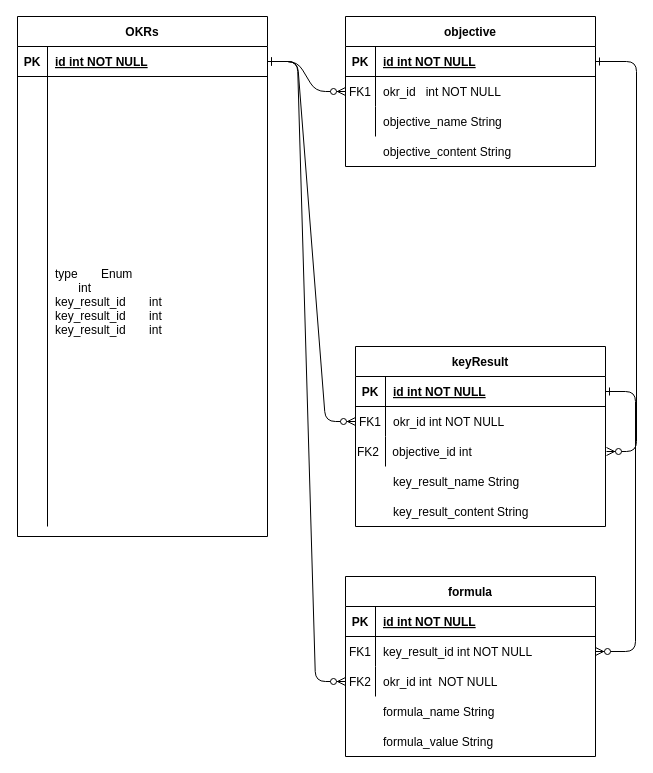
Giangphhe228/employeeManage keeps this draw.io diagram as Biểu đồ không có tiêu đề.drawio. Above is the earlier version. Source tidied: cells renumbered, new cells numbered last; positions are measured from the earlier drawing's top-left corner, leaving out a move shared by most shapes. Both pictures are drawn from the tidied source at 100%, with x=0, y=0 at pixel (17, 16).
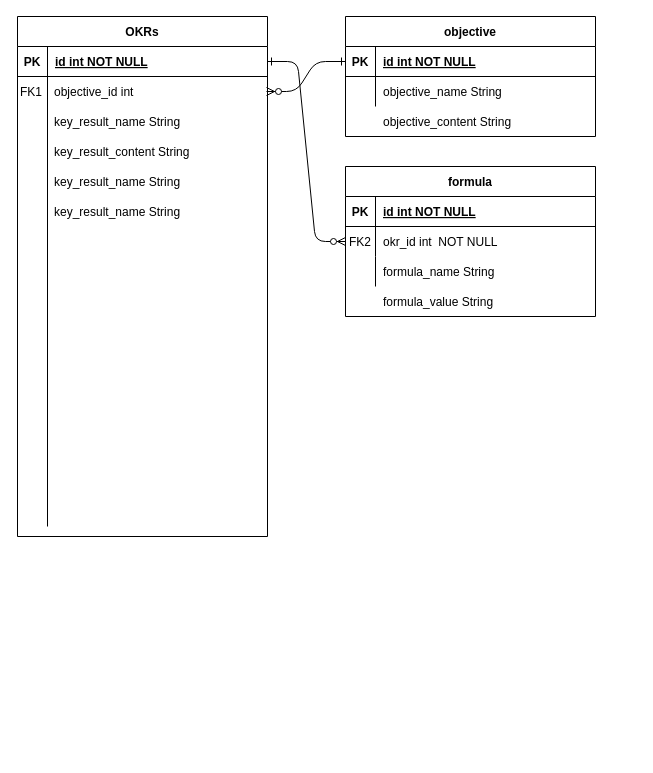
The same diagram, later.

Commit message (it also covers changes not shown here):
Cập nhật Biểu đồ không có tiêu đề.drawio

The change refers to these unchanged cells:
```xml
<mxCell id="5" style="shape=partialRectangle;fillColor=none;points=[[0,0.5],[1,0.5]];portConstraint=eastwest;top=0;left=0;right=0;bottom=1;" parent="4" vertex="1">
  <mxGeometry y="30" width="250" height="30" as="geometry" />
</mxCell>
<mxCell id="25" style="shape=partialRectangle;fillColor=none;points=[[0,0.5],[1,0.5]];portConstraint=eastwest;top=0;left=0;right=0;bottom=1;" parent="24" vertex="1">
  <mxGeometry y="30" width="250" height="30" as="geometry" />
</mxCell>
<mxCell id="28" style="shape=partialRectangle;fillColor=none;top=0;left=0;right=0;bottom=0;" parent="24" vertex="1">
  <mxGeometry y="60" width="250" height="450" as="geometry" />
</mxCell>
<mxCell id="40" style="shape=partialRectangle;fillColor=none;points=[[0,0.5],[1,0.5]];portConstraint=eastwest;top=0;left=0;right=0;bottom=0;" parent="36" vertex="1">
  <mxGeometry y="60" width="250" height="30" as="geometry" />
</mxCell>
```

Diff of the diagram source:
```diff
@@
-    <mxCell id="2" style="edgeStyle=entityRelationEdgeStyle;endArrow=ERzeroToMany;startArrow=ERone;endFill=1;startFill=0;" parent="1" edge="1" source="25" target="8">
-      <mxGeometry relative="1" as="geometry" />
-    </mxCell>
-    <mxCell id="3" style="edgeStyle=entityRelationEdgeStyle;endArrow=ERzeroToMany;startArrow=ERone;endFill=1;startFill=0;exitX=1;exitY=0.5;exitDx=0;exitDy=0;" parent="1" edge="1" source="5" target="35">
-      <mxGeometry relative="1" as="geometry">
-        <Array as="points">
-          <mxPoint x="669" y="340" />
-        </Array>
-      </mxGeometry>
-    </mxCell>
     <mxCell id="4" value="objective" style="shape=table;startSize=30;childLayout=tableLayout;rowLines=0;fontStyle=1;align=center;" parent="1" vertex="1">
-      <mxGeometry x="328" width="250" height="150" as="geometry" />
+      <mxGeometry x="328" width="250" height="120" as="geometry" />
     </mxCell>
@@
-    <mxCell id="8" style="shape=partialRectangle;fillColor=none;points=[[0,0.5],[1,0.5]];portConstraint=eastwest;top=0;left=0;right=0;bottom=0;" parent="4" vertex="1">
-      <mxGeometry y="60" width="250" height="30" as="geometry" />
-    </mxCell>
-    <mxCell id="9" value="FK1" style="shape=partialRectangle;overflow=hidden;fillColor=none;top=0;left=0;bottom=0;right=0;" parent="8" vertex="1">
-      <mxGeometry width="30" height="30" as="geometry" />
-    </mxCell>
-    <mxCell id="10" value="okr_id   int NOT NULL" style="shape=partialRectangle;overflow=hidden;fillColor=none;top=0;left=0;bottom=0;right=0;align=left;spacingLeft=6;" parent="8" vertex="1">
-      <mxGeometry x="30" width="220" height="30" as="geometry" />
-    </mxCell>
     <mxCell id="11" style="shape=partialRectangle;fillColor=none;top=0;left=0;right=0;bottom=0;" parent="4" vertex="1">
-      <mxGeometry y="90" width="250" height="30" as="geometry" />
+      <mxGeometry y="60" width="250" height="30" as="geometry" />
     </mxCell>
@@
-    <mxCell id="14" value="keyResult" style="shape=table;startSize=30;childLayout=tableLayout;rowLines=0;fontStyle=1;align=center;" parent="1" vertex="1">
-      <mxGeometry x="338" y="330" width="250" height="180" as="geometry" />
-    </mxCell>
-    <mxCell id="15" style="shape=partialRectangle;fillColor=none;points=[[0,0.5],[1,0.5]];portConstraint=eastwest;top=0;left=0;right=0;bottom=1;" parent="14" vertex="1">
-      <mxGeometry y="30" width="250" height="30" as="geometry" />
-    </mxCell>
-    <mxCell id="16" value="PK" style="shape=partialRectangle;overflow=hidden;fillColor=none;top=0;left=0;bottom=0;right=0;fontStyle=1;" parent="15" vertex="1">
-      <mxGeometry width="30" height="30" as="geometry" />
-    </mxCell>
-    <mxCell id="17" value="id int NOT NULL " style="shape=partialRectangle;overflow=hidden;fillColor=none;top=0;left=0;bottom=0;right=0;align=left;spacingLeft=6;fontStyle=5;" parent="15" vertex="1">
-      <mxGeometry x="30" width="220" height="30" as="geometry" />
-    </mxCell>
-    <mxCell id="18" style="shape=partialRectangle;fillColor=none;points=[[0,0.5],[1,0.5]];portConstraint=eastwest;top=0;left=0;right=0;bottom=0;" parent="14" vertex="1">
-      <mxGeometry y="60" width="250" height="30" as="geometry" />
-    </mxCell>
-    <mxCell id="19" value="FK1" style="shape=partialRectangle;overflow=hidden;fillColor=none;top=0;left=0;bottom=0;right=0;" parent="18" vertex="1">
-      <mxGeometry width="30" height="30" as="geometry" />
-    </mxCell>
-    <mxCell id="20" value="okr_id int NOT NULL" style="shape=partialRectangle;overflow=hidden;fillColor=none;top=0;left=0;bottom=0;right=0;align=left;spacingLeft=6;" parent="18" vertex="1">
-      <mxGeometry x="30" width="220" height="30" as="geometry" />
-    </mxCell>
-    <mxCell id="21" style="shape=partialRectangle;fillColor=none;top=0;left=0;right=0;bottom=0;" parent="14" vertex="1">
-      <mxGeometry y="90" width="250" height="30" as="geometry" />
-    </mxCell>
-    <mxCell id="22" style="shape=partialRectangle;overflow=hidden;fillColor=none;top=0;left=0;bottom=0;right=0;" parent="21" vertex="1">
-      <mxGeometry width="30" height="30" as="geometry" />
-    </mxCell>
-    <mxCell id="23" style="shape=partialRectangle;overflow=hidden;fillColor=none;top=0;left=0;bottom=0;right=0;align=left;spacingLeft=6;" parent="21" vertex="1">
-      <mxGeometry x="30" width="220" height="30" as="geometry" />
-    </mxCell>
@@
-    <mxCell id="30" value="   &#10;type       Enum&#10;       int&#10;key_result_id       int&#10;key_result_id       int&#10;key_result_id       int&#10;" style="shape=partialRectangle;overflow=hidden;fillColor=none;top=0;left=0;bottom=0;right=0;align=left;spacingLeft=6;" parent="28" vertex="1">
+    <mxCell id="30" style="shape=partialRectangle;overflow=hidden;fillColor=none;top=0;left=0;bottom=0;right=0;align=left;spacingLeft=6;" parent="28" vertex="1">
       <mxGeometry x="30" width="220" height="450" as="geometry" />
     </mxCell>
     <mxCell id="31" value="objective_content String" style="shape=partialRectangle;overflow=hidden;fillColor=none;top=0;left=0;bottom=0;right=0;align=left;spacingLeft=6;" parent="1" vertex="1">
-      <mxGeometry x="358" y="120" width="220" height="30" as="geometry" />
+      <mxGeometry x="358" y="90" width="220" height="30" as="geometry" />
     </mxCell>
-    <mxCell id="32" style="edgeStyle=entityRelationEdgeStyle;endArrow=ERzeroToMany;startArrow=ERone;endFill=1;startFill=0;exitX=1;exitY=0.5;exitDx=0;exitDy=0;entryX=0;entryY=0.5;entryDx=0;entryDy=0;" parent="1" edge="1" source="25" target="18">
-      <mxGeometry relative="1" as="geometry">
-        <Array as="points">
-          <mxPoint x="319" y="240" />
-        </Array>
-      </mxGeometry>
-    </mxCell>
-    <mxCell id="33" value="key_result_name String" style="shape=partialRectangle;overflow=hidden;fillColor=none;top=0;left=0;bottom=0;right=0;align=left;spacingLeft=6;" parent="1" vertex="1">
-      <mxGeometry x="368" y="450" width="220" height="30" as="geometry" />
-    </mxCell>
-    <mxCell id="34" value="key_result_content String" style="shape=partialRectangle;overflow=hidden;fillColor=none;top=0;left=0;bottom=0;right=0;align=left;spacingLeft=6;" parent="1" vertex="1">
-      <mxGeometry x="368" y="480" width="220" height="30" as="geometry" />
-    </mxCell>
-    <mxCell id="35" value="FK2    objective_id int" style="shape=partialRectangle;overflow=hidden;fillColor=none;top=0;left=0;bottom=0;right=0;align=left;" parent="1" vertex="1">
-      <mxGeometry x="338" y="420" width="251" height="30" as="geometry" />
-    </mxCell>
     <mxCell id="36" value="formula" style="shape=table;startSize=30;childLayout=tableLayout;rowLines=0;fontStyle=1;align=center;" parent="1" vertex="1">
-      <mxGeometry x="328" y="560" width="250" height="180" as="geometry" />
+      <mxGeometry x="328" y="150" width="250" height="150" as="geometry" />
     </mxCell>
@@
-    <mxCell id="41" value="FK1" style="shape=partialRectangle;overflow=hidden;fillColor=none;top=0;left=0;bottom=0;right=0;" parent="40" vertex="1">
+    <mxCell id="41" style="shape=partialRectangle;overflow=hidden;fillColor=none;top=0;left=0;bottom=0;right=0;" parent="40" vertex="1">
       <mxGeometry width="30" height="30" as="geometry" />
     </mxCell>
-    <mxCell id="42" value="key_result_id int NOT NULL" style="shape=partialRectangle;overflow=hidden;fillColor=none;top=0;left=0;bottom=0;right=0;align=left;spacingLeft=6;" parent="40" vertex="1">
+    <mxCell id="42" style="shape=partialRectangle;overflow=hidden;fillColor=none;top=0;left=0;bottom=0;right=0;align=left;spacingLeft=6;" parent="40" vertex="1">
       <mxGeometry x="30" width="220" height="30" as="geometry" />
     </mxCell>
@@
     <mxCell id="46" value="formula_name String" style="shape=partialRectangle;overflow=hidden;fillColor=none;top=0;left=0;bottom=0;right=0;align=left;spacingLeft=6;" parent="1" vertex="1">
-      <mxGeometry x="358" y="680" width="220" height="30" as="geometry" />
+      <mxGeometry x="358" y="240" width="220" height="30" as="geometry" />
     </mxCell>
     <mxCell id="47" value="formula_value String" style="shape=partialRectangle;overflow=hidden;fillColor=none;top=0;left=0;bottom=0;right=0;align=left;spacingLeft=6;" parent="1" vertex="1">
-      <mxGeometry x="358" y="710" width="220" height="30" as="geometry" />
+      <mxGeometry x="358" y="270" width="220" height="30" as="geometry" />
     </mxCell>
     <mxCell id="48" value="FK2" style="shape=partialRectangle;overflow=hidden;fillColor=none;top=0;left=0;bottom=0;right=0;" parent="1" vertex="1">
-      <mxGeometry x="328" y="650" width="30" height="30" as="geometry" />
+      <mxGeometry x="328" y="210" width="30" height="30" as="geometry" />
     </mxCell>
     <mxCell id="49" value="okr_id int  NOT NULL" style="shape=partialRectangle;overflow=hidden;fillColor=none;top=0;left=0;bottom=0;right=0;align=left;spacingLeft=6;" parent="1" vertex="1">
-      <mxGeometry x="358" y="650" width="220" height="30" as="geometry" />
+      <mxGeometry x="358" y="210" width="220" height="30" as="geometry" />
     </mxCell>
-    <mxCell id="50" style="edgeStyle=entityRelationEdgeStyle;endArrow=ERzeroToMany;startArrow=ERone;endFill=1;startFill=0;entryX=1;entryY=0.5;entryDx=0;entryDy=0;" parent="1" edge="1" source="15" target="40">
-      <mxGeometry relative="1" as="geometry">
-        <Array as="points">
-          <mxPoint x="680" y="435" />
-          <mxPoint x="680" y="435" />
-          <mxPoint x="569" y="660" />
-        </Array>
-      </mxGeometry>
-    </mxCell>
@@
+    <mxCell id="2" style="edgeStyle=entityRelationEdgeStyle;endArrow=ERzeroToMany;startArrow=ERone;endFill=1;startFill=0;entryX=1;entryY=0.5;entryDx=0;entryDy=0;exitX=0;exitY=0.5;exitDx=0;exitDy=0;" parent="1" edge="1" source="5" target="52">
+      <mxGeometry relative="1" as="geometry">
+        <Array as="points">
+          <mxPoint x="249" y="80" />
+        </Array>
+      </mxGeometry>
+    </mxCell>
+    <mxCell id="52" style="shape=partialRectangle;fillColor=none;points=[[0,0.5],[1,0.5]];portConstraint=eastwest;top=0;left=0;right=0;bottom=0;" parent="1" vertex="1">
+      <mxGeometry x="-1" y="60" width="250" height="30" as="geometry" />
+    </mxCell>
+    <mxCell id="53" value="FK1" style="shape=partialRectangle;overflow=hidden;fillColor=none;top=0;left=0;bottom=0;right=0;" parent="52" vertex="1">
+      <mxGeometry width="30" height="30" as="geometry" />
+    </mxCell>
+    <mxCell id="54" value="objective_id int" style="shape=partialRectangle;overflow=hidden;fillColor=none;top=0;left=0;bottom=0;right=0;align=left;spacingLeft=6;" parent="52" vertex="1">
+      <mxGeometry x="30" width="220" height="30" as="geometry" />
+    </mxCell>
+    <mxCell id="55" style="shape=partialRectangle;fillColor=none;top=0;left=0;right=0;bottom=0;" parent="1" vertex="1">
+      <mxGeometry x="-1" y="90" width="250" height="30" as="geometry" />
+    </mxCell>
+    <mxCell id="56" style="shape=partialRectangle;overflow=hidden;fillColor=none;top=0;left=0;bottom=0;right=0;" parent="55" vertex="1">
+      <mxGeometry width="30" height="30" as="geometry" />
+    </mxCell>
+    <mxCell id="57" value="key_result_name String" style="shape=partialRectangle;overflow=hidden;fillColor=none;top=0;left=0;bottom=0;right=0;align=left;spacingLeft=6;" parent="55" vertex="1">
+      <mxGeometry x="30" width="220" height="30" as="geometry" />
+    </mxCell>
+    <mxCell id="58" style="shape=partialRectangle;fillColor=none;top=0;left=0;right=0;bottom=0;" parent="1" vertex="1">
+      <mxGeometry x="-1" y="120" width="250" height="30" as="geometry" />
+    </mxCell>
+    <mxCell id="59" style="shape=partialRectangle;overflow=hidden;fillColor=none;top=0;left=0;bottom=0;right=0;" parent="58" vertex="1">
+      <mxGeometry width="30" height="30" as="geometry" />
+    </mxCell>
+    <mxCell id="34" value="key_result_content String" style="shape=partialRectangle;overflow=hidden;fillColor=none;top=0;left=0;bottom=0;right=0;align=left;spacingLeft=6;" parent="58" vertex="1">
+      <mxGeometry x="30" width="220" height="30" as="geometry" />
+    </mxCell>
+    <mxCell id="60" style="shape=partialRectangle;fillColor=none;top=0;left=0;right=0;bottom=0;" parent="1" vertex="1">
+      <mxGeometry x="-1" y="150" width="250" height="30" as="geometry" />
+    </mxCell>
+    <mxCell id="61" style="shape=partialRectangle;overflow=hidden;fillColor=none;top=0;left=0;bottom=0;right=0;" parent="60" vertex="1">
+      <mxGeometry width="30" height="30" as="geometry" />
+    </mxCell>
+    <mxCell id="62" value="key_result_name String" style="shape=partialRectangle;overflow=hidden;fillColor=none;top=0;left=0;bottom=0;right=0;align=left;spacingLeft=6;" parent="60" vertex="1">
+      <mxGeometry x="30" width="220" height="30" as="geometry" />
+    </mxCell>
+    <mxCell id="63" style="shape=partialRectangle;fillColor=none;top=0;left=0;right=0;bottom=0;" parent="1" vertex="1">
+      <mxGeometry x="-1" y="180" width="250" height="30" as="geometry" />
+    </mxCell>
+    <mxCell id="64" style="shape=partialRectangle;overflow=hidden;fillColor=none;top=0;left=0;bottom=0;right=0;" parent="63" vertex="1">
+      <mxGeometry width="30" height="30" as="geometry" />
+    </mxCell>
+    <mxCell id="65" value="key_result_name String" style="shape=partialRectangle;overflow=hidden;fillColor=none;top=0;left=0;bottom=0;right=0;align=left;spacingLeft=6;" parent="63" vertex="1">
+      <mxGeometry x="30" width="220" height="30" as="geometry" />
+    </mxCell>
```
